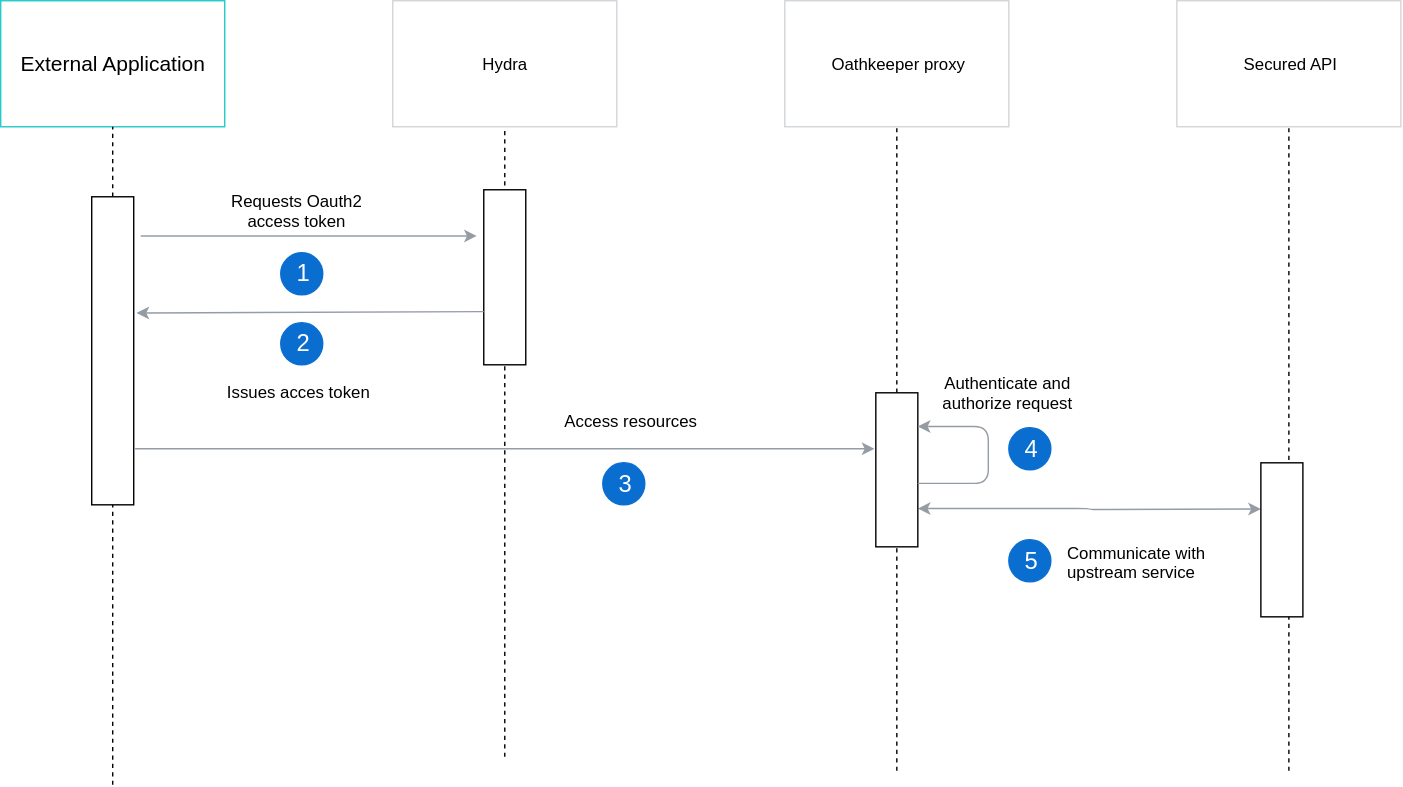
kyma-project/website keeps this draw.io diagram as content/blog-posts/2019-07-30-kyma-collaboration-with-ory/oathkeeper-gateway.svg. Above is the earlier version. Source tidied: cells renumbered, new cells last; positions are measured from the earlier drawing's top-left corner, leaving out a move shared by most shapes.
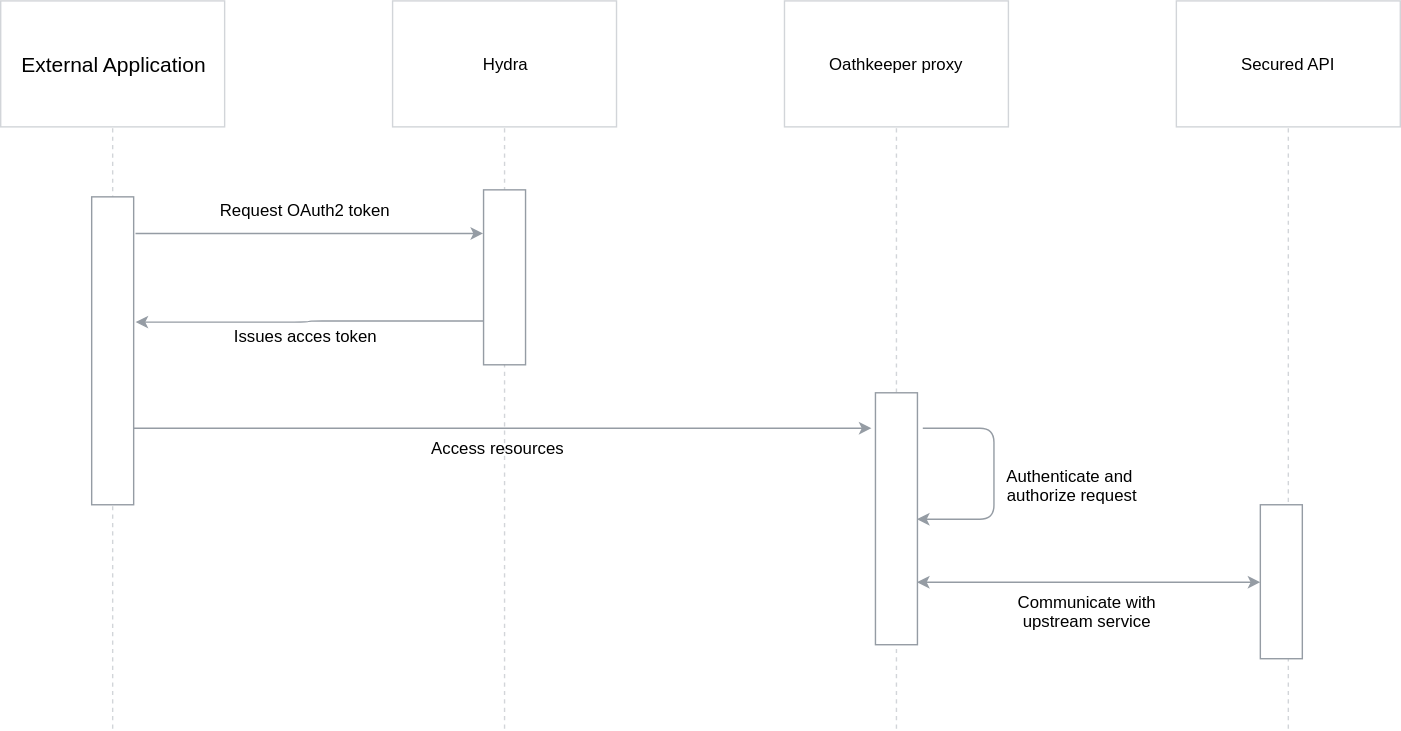
Later version of the same file.

What changed in the source:
```diff
@@ -2,60 +2,13 @@
   <root>
     <mxCell id="0" style="html=1;" />
     <mxCell id="1" style="html=1;" parent="0" />
-    <mxCell id="2" style="endArrow=classic;html=1;strokeColor=#959CA4;startArrow=none;startFill=0;" parent="1" edge="1">
-      <mxGeometry relative="1" as="geometry">
-        <mxPoint x="100" y="168" as="sourcePoint" />
-        <mxPoint x="340" y="168" as="targetPoint" />
-        <Array as="points">
-          <mxPoint x="140" y="168" />
-          <mxPoint x="219" y="168" />
-        </Array>
-      </mxGeometry>
-    </mxCell>
-    <mxCell id="3" value="Requests Oauth2 &lt;br&gt;access token" style="text;html=1;align=center;verticalAlign=middle;labelBackgroundColor=#ffffff;" parent="2" vertex="1">
-      <mxGeometry x="0.08" y="1" relative="1" as="geometry">
-        <mxPoint x="-17" y="-17" as="offset" />
-      </mxGeometry>
-    </mxCell>
-    <mxCell id="4" style="endArrow=classic;html=1;strokeColor=#959CA4;" parent="1" edge="1">
-      <mxGeometry relative="1" as="geometry">
-        <mxPoint x="96" y="320" as="sourcePoint" />
-        <mxPoint x="624" y="320" as="targetPoint" />
-        <Array as="points">
-          <mxPoint x="220" y="320" />
-          <mxPoint x="360" y="320" />
-        </Array>
-      </mxGeometry>
-    </mxCell>
-    <mxCell id="5" value="Access resources" style="text;html=1;align=center;verticalAlign=middle;labelBackgroundColor=#ffffff;" parent="4" vertex="1">
-      <mxGeometry x="0.04" y="-1" relative="1" as="geometry">
-        <mxPoint x="80" y="-21" as="offset" />
-      </mxGeometry>
-    </mxCell>
-    <mxCell id="6" value="&lt;font color=&quot;#ffffff&quot; style=&quot;font-size: 17px&quot;&gt;1&lt;/font&gt;" style="ellipse;whiteSpace=wrap;html=1;strokeColor=#0A6ED1;strokeWidth=1;fillColor=#0A6ED1;" parent="1" vertex="1">
-      <mxGeometry x="200" y="180" width="30" height="30" as="geometry" />
-    </mxCell>
-    <mxCell id="7" value="&lt;font color=&quot;#ffffff&quot; style=&quot;font-size: 17px&quot;&gt;3&lt;/font&gt;" style="ellipse;whiteSpace=wrap;html=1;strokeColor=#0A6ED1;strokeWidth=1;fillColor=#0A6ED1;" parent="1" vertex="1">
-      <mxGeometry x="430" y="330" width="30" height="30" as="geometry" />
-    </mxCell>
-    <mxCell id="8" style="edgeStyle=orthogonalEdgeStyle;rounded=1;html=1;exitX=1;exitY=0.75;jettySize=auto;fillColor=#f5f5f5;strokeColor=#959CA4;verticalAlign=middle;startArrow=classic;startFill=1;exitDx=0;exitDy=0;" parent="1" edge="1" source="26">
-      <mxGeometry relative="1" as="geometry">
-        <mxPoint x="900" y="363" as="targetPoint" />
-      </mxGeometry>
+    <mxCell id="8" style="edgeStyle=orthogonalEdgeStyle;rounded=1;html=1;jettySize=auto;fillColor=#f5f5f5;strokeColor=#959CA4;verticalAlign=middle;startArrow=classic;startFill=1;entryX=1;entryY=0.75;entryDx=0;entryDy=0;" parent="1" edge="1" source="24" target="26">
+      <mxGeometry relative="1" as="geometry" />
     </mxCell>
-    <mxCell id="9" value="&lt;font color=&quot;#ffffff&quot;&gt;&lt;span style=&quot;font-size: 17px&quot;&gt;4&lt;/span&gt;&lt;/font&gt;" style="ellipse;whiteSpace=wrap;html=1;strokeColor=#0A6ED1;strokeWidth=1;fillColor=#0A6ED1;" parent="1" vertex="1">
-      <mxGeometry x="720" y="305" width="30" height="30" as="geometry" />
-    </mxCell>
-    <mxCell id="10" value="&lt;font color=&quot;#ffffff&quot; style=&quot;font-size: 17px&quot;&gt;5&lt;/font&gt;" style="ellipse;whiteSpace=wrap;html=1;strokeColor=#0A6ED1;strokeWidth=1;fillColor=#0A6ED1;" parent="1" vertex="1">
-      <mxGeometry x="720" y="385" width="30" height="30" as="geometry" />
-    </mxCell>
-    <mxCell id="11" value="&lt;font color=&quot;#ffffff&quot; style=&quot;font-size: 17px&quot;&gt;2&lt;/font&gt;" style="ellipse;whiteSpace=wrap;html=1;strokeColor=#0A6ED1;strokeWidth=1;fillColor=#0A6ED1;" parent="1" vertex="1">
-      <mxGeometry x="200" y="230" width="30" height="30" as="geometry" />
-    </mxCell>
-    <mxCell id="12" value="Communicate with &lt;br&gt;upstream service" style="text;html=1;align=left;verticalAlign=top;spacingTop=-4;" parent="1" vertex="1">
-      <mxGeometry x="760" y="385" width="120" height="30" as="geometry" />
+    <mxCell id="12" value="Communicate with &lt;br&gt;upstream service" style="text;html=1;align=center;verticalAlign=top;spacingTop=-4;" parent="1" vertex="1">
+      <mxGeometry x="717.5" y="420" width="120" height="30" as="geometry" />
     </mxCell>
-    <mxCell id="13" value="&lt;font style=&quot;font-size: 15px&quot;&gt;External Application&lt;/font&gt;" style="rounded=0;whiteSpace=wrap;html=1;strokeColor=#24CACC;strokeWidth=1;fillColor=#ffffff;" parent="1" vertex="1">
+    <mxCell id="13" value="&lt;font style=&quot;font-size: 15px&quot;&gt;External Application&lt;/font&gt;" style="rounded=0;whiteSpace=wrap;html=1;strokeColor=#D2D5D9;strokeWidth=1;fillColor=#ffffff;" parent="1" vertex="1">
       <mxGeometry width="160" height="90" as="geometry" />
     </mxCell>
     <mxCell id="14" value="Hydra" style="rounded=0;whiteSpace=wrap;html=1;strokeColor=#D2D5D9;strokeWidth=1;fillColor=#ffffff;" parent="1" vertex="1">
@@ -67,17 +20,20 @@
     <mxCell id="16" value="Secured API" style="rounded=0;whiteSpace=wrap;html=1;strokeColor=#D2D5D9;strokeWidth=1;fillColor=#ffffff;" parent="1" vertex="1">
       <mxGeometry x="840" width="160" height="90" as="geometry" />
     </mxCell>
-    <mxCell id="17" style="endArrow=none;dashed=1;html=1;entryX=0.5;entryY=1;entryDx=0;entryDy=0;" parent="1" edge="1" target="13">
+    <mxCell id="17" style="endArrow=none;dashed=1;html=1;entryX=0.5;entryY=1;entryDx=0;entryDy=0;strokeColor=#D2D5D9;" parent="1" edge="1" target="13">
       <mxGeometry relative="1" as="geometry">
-        <mxPoint x="80" y="560" as="sourcePoint" />
+        <mxPoint x="80" y="520" as="sourcePoint" />
       </mxGeometry>
     </mxCell>
+    <mxCell id="31" style="edgeStyle=orthogonalEdgeStyle;rounded=1;jettySize=auto;html=1;exitX=1;exitY=0.75;exitDx=0;exitDy=0;entryX=-0.086;entryY=0.139;entryDx=0;entryDy=0;entryPerimeter=0;startArrow=none;startFill=0;strokeColor=#959CA4;" parent="1" edge="1" source="18" target="26">
+      <mxGeometry relative="1" as="geometry" />
+    </mxCell>
-    <mxCell id="18" style="rounded=0;whiteSpace=wrap;html=1;align=left;" parent="1" vertex="1">
+    <mxCell id="18" style="rounded=0;whiteSpace=wrap;html=1;align=left;strokeColor=#959CA4;" parent="1" vertex="1">
       <mxGeometry x="65" y="140" width="30" height="220" as="geometry" />
     </mxCell>
-    <mxCell id="19" style="endArrow=none;dashed=1;html=1;entryX=0.5;entryY=1;entryDx=0;entryDy=0;" parent="1" edge="1">
+    <mxCell id="19" style="endArrow=none;dashed=1;html=1;entryX=0.5;entryY=1;entryDx=0;entryDy=0;strokeColor=#D2D5D9;" parent="1" edge="1">
       <mxGeometry relative="1" as="geometry">
-        <mxPoint x="360" y="540" as="sourcePoint" />
+        <mxPoint x="360" y="520" as="sourcePoint" />
         <mxPoint x="360" y="90" as="targetPoint" />
       </mxGeometry>
     </mxCell>
@@ -86,54 +42,57 @@
         <mxPoint x="359.8" y="244.8" as="targetPoint" />
       </mxGeometry>
     </mxCell>
+    <mxCell id="32" style="edgeStyle=orthogonalEdgeStyle;rounded=1;jettySize=auto;html=1;exitX=0;exitY=0.75;exitDx=0;exitDy=0;startArrow=none;startFill=0;strokeColor=#959CA4;entryX=1.057;entryY=0.405;entryDx=0;entryDy=0;entryPerimeter=0;" parent="1" edge="1" source="21" target="18">
+      <mxGeometry relative="1" as="geometry" />
+    </mxCell>
+    <mxCell id="33" style="edgeStyle=orthogonalEdgeStyle;rounded=1;jettySize=auto;html=1;exitX=1.057;exitY=0.119;exitDx=0;exitDy=0;entryX=0;entryY=0.25;entryDx=0;entryDy=0;startArrow=none;startFill=0;strokeColor=#959CA4;exitPerimeter=0;" parent="1" edge="1" source="18" target="21">
+      <mxGeometry relative="1" as="geometry" />
+    </mxCell>
-    <mxCell id="21" style="rounded=0;whiteSpace=wrap;html=1;align=left;" parent="1" vertex="1">
+    <mxCell id="21" style="rounded=0;whiteSpace=wrap;html=1;align=left;strokeColor=#959CA4;" parent="1" vertex="1">
       <mxGeometry x="345" y="135" width="30" height="125" as="geometry" />
     </mxCell>
-    <mxCell id="22" style="endArrow=none;dashed=1;html=1;entryX=0.5;entryY=1;entryDx=0;entryDy=0;" parent="1" edge="1" source="26">
+    <mxCell id="22" style="endArrow=none;dashed=1;html=1;entryX=0.5;entryY=1;entryDx=0;entryDy=0;strokeColor=#D2D5D9;" parent="1" edge="1" source="26">
       <mxGeometry relative="1" as="geometry">
         <mxPoint x="640" y="90" as="targetPoint" />
       </mxGeometry>
     </mxCell>
-    <mxCell id="23" style="endArrow=none;dashed=1;html=1;entryX=0.5;entryY=1;entryDx=0;entryDy=0;" parent="1" edge="1">
+    <mxCell id="23" style="endArrow=none;dashed=1;html=1;entryX=0.5;entryY=1;entryDx=0;entryDy=0;strokeColor=#D2D5D9;" parent="1" edge="1">
       <mxGeometry relative="1" as="geometry">
-        <mxPoint x="920" y="550" as="sourcePoint" />
+        <mxPoint x="920" y="520" as="sourcePoint" />
         <mxPoint x="920" y="90" as="targetPoint" />
       </mxGeometry>
     </mxCell>
-    <mxCell id="24" style="rounded=0;whiteSpace=wrap;html=1;align=left;" parent="1" vertex="1">
-      <mxGeometry x="900" y="330" width="30" height="110" as="geometry" />
+    <mxCell id="24" style="rounded=0;whiteSpace=wrap;html=1;align=left;strokeColor=#959CA4;" parent="1" vertex="1">
+      <mxGeometry x="900" y="360" width="30" height="110" as="geometry" />
     </mxCell>
-    <mxCell id="25" style="endArrow=none;html=1;strokeColor=#959CA4;startArrow=classic;startFill=1;endFill=0;" parent="1" edge="1">
-      <mxGeometry relative="1" as="geometry">
-        <mxPoint x="97" y="223" as="sourcePoint" />
-        <mxPoint x="345" y="222" as="targetPoint" />
-      </mxGeometry>
-    </mxCell>
+    <mxCell id="34" style="edgeStyle=orthogonalEdgeStyle;rounded=1;jettySize=auto;html=1;exitX=1;exitY=0.5;exitDx=0;exitDy=0;startArrow=none;startFill=0;strokeColor=#959CA4;entryX=1;entryY=0.5;entryDx=0;entryDy=0;" parent="1" edge="1" target="26">
+      <mxGeometry relative="1" as="geometry">
+        <mxPoint x="658.4" y="305" as="sourcePoint" />
+        <Array as="points">
+          <mxPoint x="710" y="305" />
+          <mxPoint x="710" y="370" />
+        </Array>
+      </mxGeometry>
+    </mxCell>
-    <mxCell id="26" style="rounded=0;whiteSpace=wrap;html=1;align=left;" parent="1" vertex="1">
-      <mxGeometry x="625" y="280" width="30" height="110" as="geometry" />
+    <mxCell id="26" style="rounded=0;whiteSpace=wrap;html=1;align=left;strokeColor=#959CA4;" parent="1" vertex="1">
+      <mxGeometry x="625" y="280" width="30" height="180" as="geometry" />
     </mxCell>
-    <mxCell id="27" style="endArrow=none;dashed=1;html=1;entryX=0.5;entryY=1;entryDx=0;entryDy=0;" parent="1" edge="1" target="26">
+    <mxCell id="27" style="endArrow=none;dashed=1;html=1;entryX=0.5;entryY=1;entryDx=0;entryDy=0;strokeColor=#D2D5D9;" parent="1" edge="1" target="26">
       <mxGeometry relative="1" as="geometry">
-        <mxPoint x="640" y="550" as="sourcePoint" />
+        <mxPoint x="640" y="520" as="sourcePoint" />
       </mxGeometry>
     </mxCell>
-    <mxCell id="28" style="edgeStyle=orthogonalEdgeStyle;rounded=1;html=1;exitX=1;exitY=0.5;entryX=1;entryY=0.044;jettySize=auto;orthogonalLoop=1;strokeColor=#959CA4;entryDx=0;entryDy=0;entryPerimeter=0;" parent="1" edge="1">
-      <mxGeometry relative="1" as="geometry">
-        <mxPoint x="655.2" y="345.1" as="sourcePoint" />
-        <mxPoint x="655.2" y="303.9" as="targetPoint" />
-        <Array as="points">
-          <mxPoint x="705" y="345" />
-          <mxPoint x="705" y="304" />
-        </Array>
-      </mxGeometry>
-    </mxCell>
+    <mxCell id="30" value="Issues acces token" style="text;html=1;align=left;verticalAlign=top;spacingTop=-4;" parent="1" vertex="1">
+      <mxGeometry x="165" y="230" width="120" height="20" as="geometry" />
+    </mxCell>
+    <mxCell id="35" value="Request OAuth2 token&lt;br&gt;" style="text;html=1;align=left;verticalAlign=top;spacingTop=-4;" parent="1" vertex="1">
+      <mxGeometry x="155" y="140" width="140" height="20" as="geometry" />
+    </mxCell>
+    <mxCell id="5" value="Access resources" style="text;html=1;align=center;verticalAlign=top;spacingTop=-4;" parent="1" vertex="1">
+      <mxGeometry x="300" y="310" width="110" height="20" as="geometry" />
+    </mxCell>
-    <mxCell id="29" value="Authenticate and &lt;br&gt;authorize request" style="text;html=1;align=center;verticalAlign=middle;labelBackgroundColor=#ffffff;" parent="28" vertex="1">
-      <mxGeometry x="-0.66" relative="1" as="geometry">
-        <mxPoint x="40.5" y="-65.5" as="offset" />
-      </mxGeometry>
+    <mxCell id="29" value="Authenticate and&amp;nbsp;&lt;br&gt;authorize request" style="text;html=1;align=center;verticalAlign=top;spacingTop=-4;" parent="1" vertex="1">
+      <mxGeometry x="710" y="330" width="110" height="30" as="geometry" />
     </mxCell>
-    <mxCell id="30" value="Issues acces token" style="text;html=1;align=left;verticalAlign=top;spacingTop=-4;" parent="1" vertex="1">
-      <mxGeometry x="160" y="270" width="120" height="20" as="geometry" />
-    </mxCell>
   </root>
 </mxGraphModel>
```
